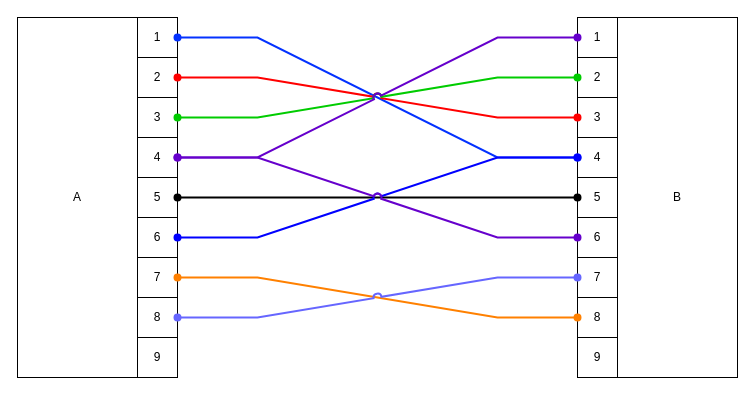
The draw.io diagram null/serialcables.drawio in squeeb/diagrams, before the edit. Source tidied: cells renumbered, new cells numbered last; positions are measured from the earlier drawing's top-left corner, leaving out a move shared by most shapes. Both pictures are drawn from the tidied source at 100%, with x=0, y=0 at pixel (17, 17).
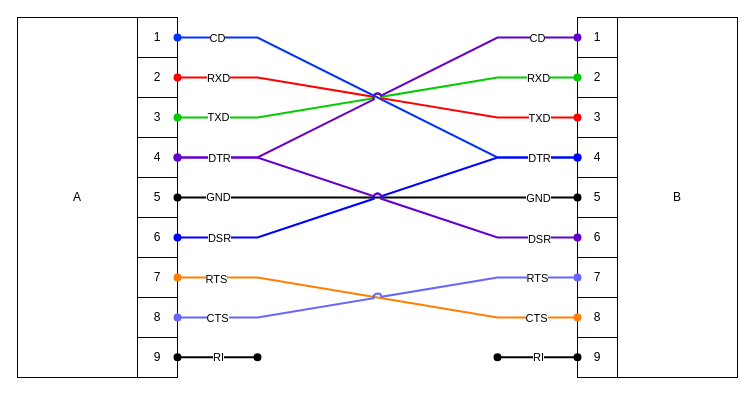
The same diagram, later.

Commit message:
add pinout labels

Unchanged cells that the change refers to:
```xml
<mxCell id="22" style="edgeStyle=none;jettySize=auto;html=1;rounded=0;jumpStyle=arc;endArrow=oval;startFill=1;strokeWidth=2;endFill=1;startArrow=oval;exitX=1;exitY=0.5;exitDx=0;exitDy=0;entryX=0;entryY=0.5;entryDx=0;entryDy=0;strokeColor=light-dark(#0432ff, transparent);" parent="1" edge="1" source="4" target="16">
  <mxGeometry relative="1" as="geometry">
    <Array as="points">
      <mxPoint x="240" y="20" />
      <mxPoint x="480" y="140" />
    </Array>
  </mxGeometry>
</mxCell>
<mxCell id="23" style="edgeStyle=none;jettySize=auto;html=1;rounded=0;strokeColor=#FF0000;strokeWidth=2;align=center;verticalAlign=middle;fontFamily=Helvetica;fontSize=11;fontColor=default;labelBackgroundColor=default;jumpStyle=arc;startArrow=oval;startFill=1;endArrow=oval;endFill=1;exitX=1;exitY=0.5;exitDx=0;exitDy=0;entryX=0;entryY=0.5;entryDx=0;entryDy=0;" parent="1" edge="1" source="5" target="15">
  <mxGeometry relative="1" as="geometry">
    <Array as="points">
      <mxPoint x="240" y="60" />
      <mxPoint x="480" y="100" />
    </Array>
  </mxGeometry>
</mxCell>
<mxCell id="24" style="edgeStyle=none;jettySize=auto;html=1;rounded=0;strokeColor=#00CC00;strokeWidth=2;align=center;verticalAlign=middle;fontFamily=Helvetica;fontSize=11;fontColor=default;labelBackgroundColor=default;jumpStyle=arc;startArrow=oval;startFill=1;endArrow=oval;endFill=1;exitX=1;exitY=0.5;exitDx=0;exitDy=0;entryX=0;entryY=0.5;entryDx=0;entryDy=0;" parent="1" edge="1" source="6" target="14">
  <mxGeometry relative="1" as="geometry">
    <Array as="points">
      <mxPoint x="240" y="100" />
      <mxPoint x="480" y="60" />
    </Array>
  </mxGeometry>
</mxCell>
<mxCell id="25" style="edgeStyle=none;jettySize=auto;html=1;rounded=0;strokeColor=#6600CC;strokeWidth=2;align=center;verticalAlign=middle;fontFamily=Helvetica;fontSize=11;fontColor=default;labelBackgroundColor=default;jumpStyle=arc;startArrow=oval;startFill=1;endArrow=oval;endFill=1;exitX=1;exitY=0.5;exitDx=0;exitDy=0;entryX=0;entryY=0.5;entryDx=0;entryDy=0;" parent="1" edge="1" source="7" target="13">
  <mxGeometry relative="1" as="geometry">
    <Array as="points">
      <mxPoint x="240" y="140" />
      <mxPoint x="480" y="20" />
    </Array>
  </mxGeometry>
</mxCell>
<mxCell id="26" style="edgeStyle=none;jettySize=auto;html=1;rounded=0;strokeColor=default;strokeWidth=2;align=center;verticalAlign=middle;fontFamily=Helvetica;fontSize=11;fontColor=default;labelBackgroundColor=default;jumpStyle=arc;startArrow=oval;startFill=1;endArrow=oval;endFill=1;exitX=1;exitY=0.5;exitDx=0;exitDy=0;entryX=0;entryY=0.5;entryDx=0;entryDy=0;" parent="1" edge="1" source="8" target="17">
  <mxGeometry relative="1" as="geometry" />
</mxCell>
<mxCell id="28" style="edgeStyle=none;jettySize=auto;html=1;rounded=0;strokeColor=#FF8000;strokeWidth=2;align=center;verticalAlign=middle;fontFamily=Helvetica;fontSize=11;fontColor=default;labelBackgroundColor=default;jumpStyle=arc;startArrow=oval;startFill=1;endArrow=oval;endFill=1;exitX=1;exitY=0.5;exitDx=0;exitDy=0;entryX=0;entryY=0.5;entryDx=0;entryDy=0;" parent="1" edge="1" source="9" target="21">
  <mxGeometry relative="1" as="geometry">
    <Array as="points">
      <mxPoint x="240" y="260" />
      <mxPoint x="480" y="300" />
    </Array>
  </mxGeometry>
</mxCell>
<mxCell id="29" style="edgeStyle=none;jettySize=auto;html=1;rounded=0;strokeColor=#6666FF;strokeWidth=2;align=center;verticalAlign=middle;fontFamily=Helvetica;fontSize=11;fontColor=default;labelBackgroundColor=default;jumpStyle=arc;startArrow=oval;startFill=1;endArrow=oval;endFill=1;exitX=1;exitY=0.5;exitDx=0;exitDy=0;entryX=0;entryY=0.5;entryDx=0;entryDy=0;" parent="1" edge="1" source="12" target="18">
  <mxGeometry relative="1" as="geometry">
    <Array as="points">
      <mxPoint x="240" y="300" />
      <mxPoint x="480" y="260" />
    </Array>
  </mxGeometry>
</mxCell>
<mxCell id="30" style="edgeStyle=none;jettySize=auto;html=1;rounded=0;strokeColor=#6600CC;strokeWidth=2;align=center;verticalAlign=middle;fontFamily=Helvetica;fontSize=11;fontColor=default;labelBackgroundColor=default;jumpStyle=arc;startArrow=oval;startFill=1;endArrow=oval;endFill=1;entryX=0;entryY=0.5;entryDx=0;entryDy=0;exitX=1;exitY=0.5;exitDx=0;exitDy=0;" parent="1" edge="1" source="7" target="19">
  <mxGeometry relative="1" as="geometry">
    <Array as="points">
      <mxPoint x="240" y="140" />
      <mxPoint x="480" y="220" />
    </Array>
  </mxGeometry>
</mxCell>
```

What changed in the source:
```diff
@@
+    <mxCell id="31" value="CD" style="edgeLabel;html=1;align=center;verticalAlign=middle;fontFamily=Helvetica;fontSize=11;fontColor=default;labelBackgroundColor=default;" parent="22" vertex="1">
+      <mxGeometry x="-0.78" y="1" relative="1" as="geometry">
+        <mxPoint x="-8" y="1" as="offset" />
+      </mxGeometry>
+    </mxCell>
@@
+    <mxCell id="32" value="RXD" style="edgeLabel;html=1;align=center;verticalAlign=middle;fontFamily=Helvetica;fontSize=11;fontColor=default;labelBackgroundColor=default;" parent="23" vertex="1">
+      <mxGeometry x="-0.83" y="1" relative="1" as="geometry">
+        <mxPoint x="6" y="1" as="offset" />
+      </mxGeometry>
+    </mxCell>
+    <mxCell id="33" value="TXD" style="edgeLabel;html=1;align=center;verticalAlign=middle;fontFamily=Helvetica;fontSize=11;fontColor=default;labelBackgroundColor=default;" parent="23" vertex="1">
+      <mxGeometry x="0.81" y="-1" relative="1" as="geometry">
+        <mxPoint y="-1" as="offset" />
+      </mxGeometry>
+    </mxCell>
@@
+    <mxCell id="34" value="RXD" style="edgeLabel;html=1;align=center;verticalAlign=middle;fontFamily=Helvetica;fontSize=11;fontColor=default;labelBackgroundColor=default;" parent="24" vertex="1">
+      <mxGeometry x="0.82" y="3" relative="1" as="geometry">
+        <mxPoint x="-3" y="3" as="offset" />
+      </mxGeometry>
+    </mxCell>
+    <mxCell id="35" value="TXD" style="edgeLabel;html=1;align=center;verticalAlign=middle;fontFamily=Helvetica;fontSize=11;fontColor=default;labelBackgroundColor=default;" parent="24" vertex="1">
+      <mxGeometry x="-0.8" y="1" relative="1" as="geometry" />
+    </mxCell>
@@
+    <mxCell id="36" value="CD" style="edgeLabel;html=1;align=center;verticalAlign=middle;fontFamily=Helvetica;fontSize=11;fontColor=default;labelBackgroundColor=default;" parent="25" vertex="1">
+      <mxGeometry x="0.81" relative="1" as="geometry" />
+    </mxCell>
@@
+    <mxCell id="37" value="GND" style="edgeLabel;html=1;align=center;verticalAlign=middle;fontFamily=Helvetica;fontSize=11;fontColor=default;labelBackgroundColor=default;" parent="26" vertex="1">
+      <mxGeometry x="-0.8" y="1" relative="1" as="geometry" />
+    </mxCell>
+    <mxCell id="38" value="GND" style="edgeLabel;html=1;align=center;verticalAlign=middle;fontFamily=Helvetica;fontSize=11;fontColor=default;labelBackgroundColor=default;" parent="26" vertex="1">
+      <mxGeometry x="-0.8" y="1" relative="1" as="geometry">
+        <mxPoint x="320" y="1" as="offset" />
+      </mxGeometry>
+    </mxCell>
@@
+    <mxCell id="39" value="RTS" style="edgeLabel;html=1;align=center;verticalAlign=middle;fontFamily=Helvetica;fontSize=11;fontColor=default;labelBackgroundColor=default;" parent="28" vertex="1">
+      <mxGeometry x="-0.81" y="-1" relative="1" as="geometry" />
+    </mxCell>
+    <mxCell id="40" value="CTS" style="edgeLabel;html=1;align=center;verticalAlign=middle;fontFamily=Helvetica;fontSize=11;fontColor=default;labelBackgroundColor=default;" parent="28" vertex="1">
+      <mxGeometry x="0.81" relative="1" as="geometry">
+        <mxPoint x="-3" as="offset" />
+      </mxGeometry>
+    </mxCell>
@@
+    <mxCell id="41" value="RTS" style="edgeLabel;html=1;align=center;verticalAlign=middle;fontFamily=Helvetica;fontSize=11;fontColor=default;labelBackgroundColor=default;" parent="29" vertex="1">
+      <mxGeometry x="0.82" y="1" relative="1" as="geometry">
+        <mxPoint x="-4" y="1" as="offset" />
+      </mxGeometry>
+    </mxCell>
+    <mxCell id="42" value="CTS" style="edgeLabel;html=1;align=center;verticalAlign=middle;fontFamily=Helvetica;fontSize=11;fontColor=default;labelBackgroundColor=default;rotation=0;" parent="29" vertex="1">
+      <mxGeometry x="-0.75" relative="1" as="geometry">
+        <mxPoint x="-11" as="offset" />
+      </mxGeometry>
+    </mxCell>
@@
+    <mxCell id="43" value="DTR" style="edgeLabel;html=1;align=center;verticalAlign=middle;fontFamily=Helvetica;fontSize=11;fontColor=default;labelBackgroundColor=default;" parent="30" vertex="1">
+      <mxGeometry x="-0.82" y="1" relative="1" as="geometry">
+        <mxPoint x="4" y="1" as="offset" />
+      </mxGeometry>
+    </mxCell>
+    <mxCell id="44" value="DTR" style="edgeLabel;html=1;align=center;verticalAlign=middle;fontFamily=Helvetica;fontSize=11;fontColor=default;labelBackgroundColor=default;" parent="30" vertex="1">
+      <mxGeometry x="-0.82" y="1" relative="1" as="geometry">
+        <mxPoint x="324" y="1" as="offset" />
+      </mxGeometry>
+    </mxCell>
+    <mxCell id="45" value="DSR" style="edgeLabel;html=1;align=center;verticalAlign=middle;fontFamily=Helvetica;fontSize=11;fontColor=default;labelBackgroundColor=default;" parent="30" vertex="1">
+      <mxGeometry x="0.81" y="-1" relative="1" as="geometry" />
+    </mxCell>
+    <mxCell id="46" value="DSR" style="edgeLabel;html=1;align=center;verticalAlign=middle;fontFamily=Helvetica;fontSize=11;fontColor=default;labelBackgroundColor=default;" parent="30" vertex="1">
+      <mxGeometry x="0.81" y="-1" relative="1" as="geometry">
+        <mxPoint x="-320" y="-1" as="offset" />
+      </mxGeometry>
+    </mxCell>
+    <mxCell id="47" style="edgeStyle=none;orthogonalLoop=1;jettySize=auto;html=1;rounded=0;strokeColor=default;strokeWidth=2;align=center;verticalAlign=middle;fontFamily=Helvetica;fontSize=11;fontColor=default;labelBackgroundColor=default;jumpStyle=arc;startArrow=oval;startFill=1;endArrow=oval;endFill=1;" parent="1" edge="1">
+      <mxGeometry relative="1" as="geometry">
+        <mxPoint x="160" y="339.7" as="sourcePoint" />
+        <mxPoint x="240" y="339.7" as="targetPoint" />
+      </mxGeometry>
+    </mxCell>
+    <mxCell id="48" value="RI" style="edgeLabel;html=1;align=center;verticalAlign=middle;fontFamily=Helvetica;fontSize=11;fontColor=default;labelBackgroundColor=default;" parent="47" vertex="1">
+      <mxGeometry relative="1" as="geometry" />
+    </mxCell>
+    <mxCell id="49" style="edgeStyle=none;orthogonalLoop=1;jettySize=auto;html=1;rounded=0;strokeColor=default;strokeWidth=2;align=center;verticalAlign=middle;fontFamily=Helvetica;fontSize=11;fontColor=default;labelBackgroundColor=default;jumpStyle=arc;startArrow=oval;startFill=1;endArrow=oval;endFill=1;" parent="1" edge="1">
+      <mxGeometry relative="1" as="geometry">
+        <mxPoint x="480" y="339.7" as="sourcePoint" />
+        <mxPoint x="560" y="339.7" as="targetPoint" />
+      </mxGeometry>
+    </mxCell>
+    <mxCell id="50" value="RI" style="edgeLabel;html=1;align=center;verticalAlign=middle;fontFamily=Helvetica;fontSize=11;fontColor=default;labelBackgroundColor=default;" parent="49" vertex="1">
+      <mxGeometry x="-0.01" relative="1" as="geometry" />
+    </mxCell>
```
